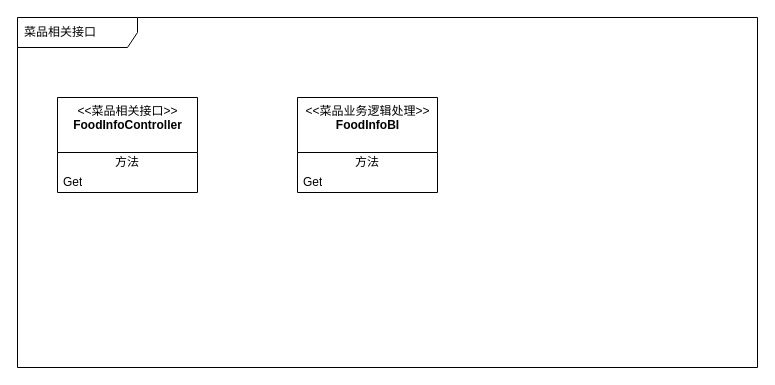
Before: Kemai/授权门店享受会员优惠.drawio in noobwu/diagrams, a draw.io diagram. Source tidied: cells renumbered, new cells numbered last; positions are measured from the earlier drawing's top-left corner, leaving out a move shared by most shapes. Both pictures are drawn from the tidied source at 100%, with x=0, y=0 at pixel (17, 17).
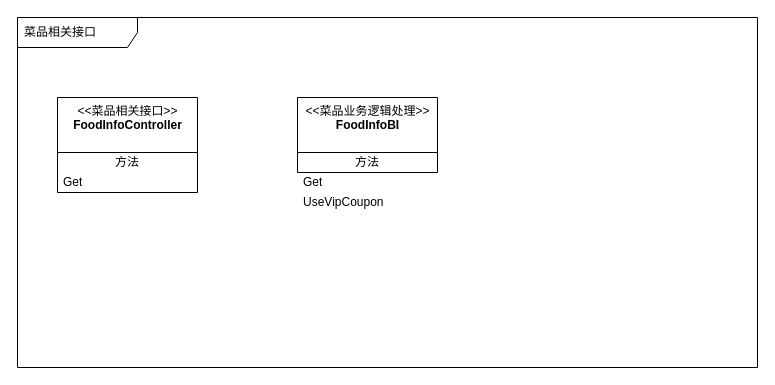
The same diagram, later.

Commit message (it also covers changes not shown here):
更新授权门店享受会员优惠.drawio

Change to the diagram source:
```diff
@@
 <mxGraphModel>
   <root>
     <mxCell id="0" />
     <mxCell id="1" parent="0" />
     <mxCell id="2" value="菜品相关接口" style="shape=umlFrame;whiteSpace=wrap;html=1;width=120;height=30;boundedLbl=1;verticalAlign=middle;align=left;spacingLeft=5;" parent="1" vertex="1">
       <mxGeometry width="740" height="350" as="geometry" />
     </mxCell>
     <mxCell id="3" value="&amp;lt;&amp;lt;菜品相关接口&amp;gt;&amp;gt;&lt;br&gt;&lt;b&gt;FoodInfoController&lt;/b&gt;" style="swimlane;fontStyle=0;align=center;verticalAlign=top;horizontal=1;startSize=55;html=1;" parent="1" vertex="1">
       <mxGeometry x="40" y="80" width="140" height="95" as="geometry" />
     </mxCell>
     <mxCell id="4" value="方法" style="text;html=1;strokeColor=none;fillColor=none;align=center;verticalAlign=middle;spacingLeft=4;spacingRight=4;overflow=hidden;" parent="3" vertex="1">
       <mxGeometry y="55" width="140" height="20" as="geometry" />
     </mxCell>
     <mxCell id="5" value="Get" style="text;html=1;strokeColor=none;fillColor=none;align=left;verticalAlign=middle;spacingLeft=4;spacingRight=4;overflow=hidden;" parent="3" vertex="1">
       <mxGeometry y="75" width="140" height="20" as="geometry" />
     </mxCell>
-    <mxCell id="6" value="&amp;lt;&amp;lt;菜品业务逻辑处理&amp;gt;&amp;gt;&lt;br&gt;&lt;b&gt;FoodInfoBI&lt;/b&gt;" style="swimlane;fontStyle=0;align=center;verticalAlign=top;horizontal=1;startSize=55;html=1;" parent="1" vertex="1">
-      <mxGeometry x="280" y="80" width="140" height="95" as="geometry" />
+    <mxCell id="6" value="&amp;lt;&amp;lt;菜品业务逻辑处理&amp;gt;&amp;gt;&lt;br&gt;&lt;b&gt;FoodInfoBI&lt;/b&gt;" style="swimlane;fontStyle=0;align=center;verticalAlign=top;horizontal=1;startSize=55;html=1;swimlaneLine=1;" parent="1" vertex="1">
+      <mxGeometry x="280" y="80" width="140" height="75" as="geometry" />
     </mxCell>
     <mxCell id="7" value="方法" style="text;html=1;strokeColor=none;fillColor=none;align=center;verticalAlign=middle;spacingLeft=4;spacingRight=4;overflow=hidden;" parent="6" vertex="1">
       <mxGeometry y="55" width="140" height="20" as="geometry" />
     </mxCell>
-    <mxCell id="8" value="Get" style="text;html=1;strokeColor=none;fillColor=none;align=left;verticalAlign=middle;spacingLeft=4;spacingRight=4;overflow=hidden;" parent="6" vertex="1">
-      <mxGeometry y="75" width="140" height="20" as="geometry" />
+    <mxCell id="8" value="Get" style="text;html=1;strokeColor=none;fillColor=none;align=left;verticalAlign=middle;spacingLeft=4;spacingRight=4;overflow=hidden;" parent="1" vertex="1">
+      <mxGeometry x="280" y="155" width="140" height="20" as="geometry" />
     </mxCell>
+    <mxCell id="9" value="UseVipCoupon" style="text;html=1;strokeColor=none;fillColor=none;align=left;verticalAlign=middle;spacingLeft=4;spacingRight=4;overflow=hidden;" parent="1" vertex="1">
+      <mxGeometry x="280" y="175" width="140" height="20" as="geometry" />
+    </mxCell>
   </root>
 </mxGraphModel>
```
